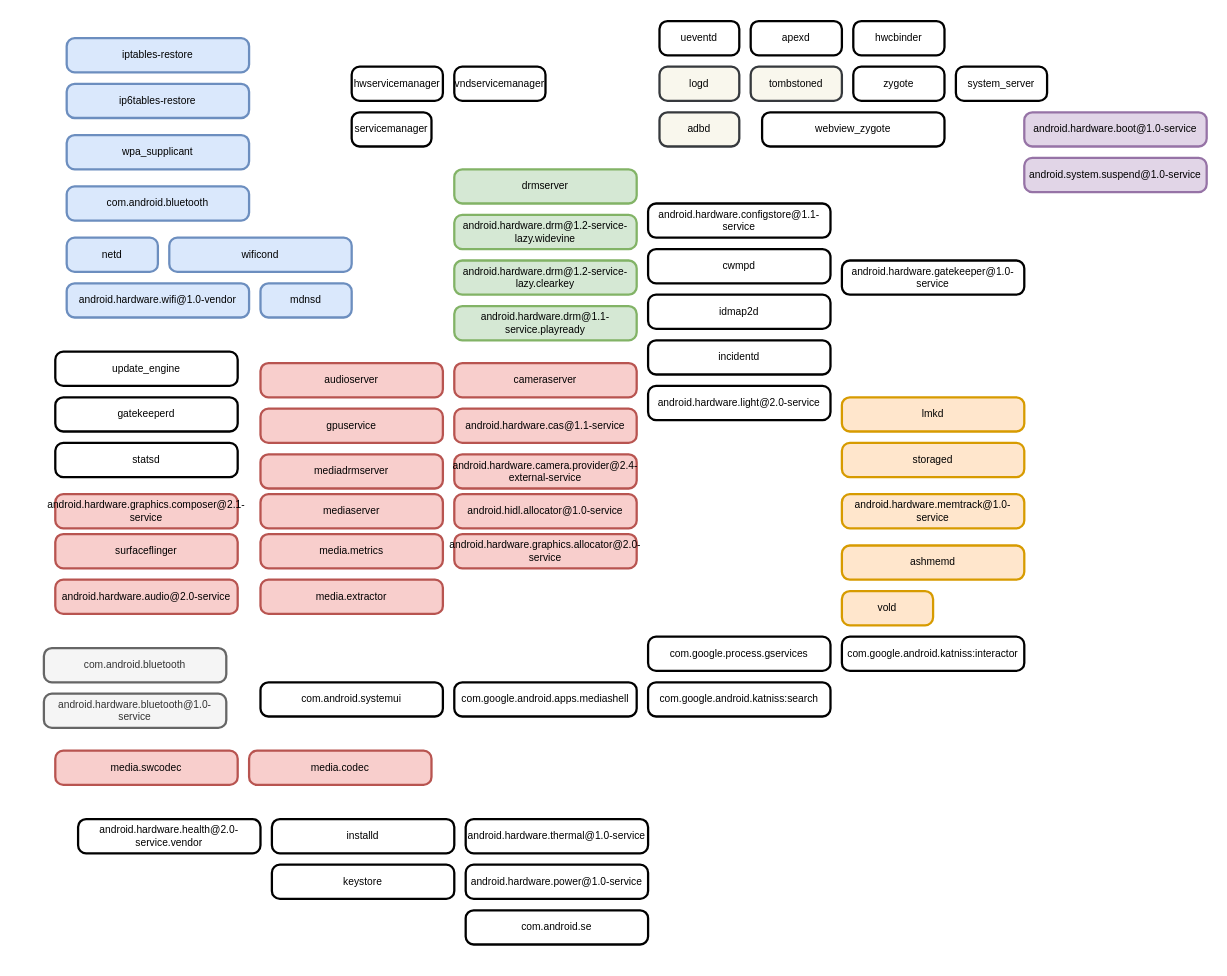
The draw.io diagram page "Page-5" (5 of 5) of flow.drawio in abhishekkumardwivedi/mindmap, before the edit. Source tidied: cells renumbered, new cells numbered last; positions are measured from the earlier drawing's top-left corner, leaving out a move shared by most shapes. Both pictures are drawn from the tidied source at 114%, with x=0, y=0 at pixel (43, 21).
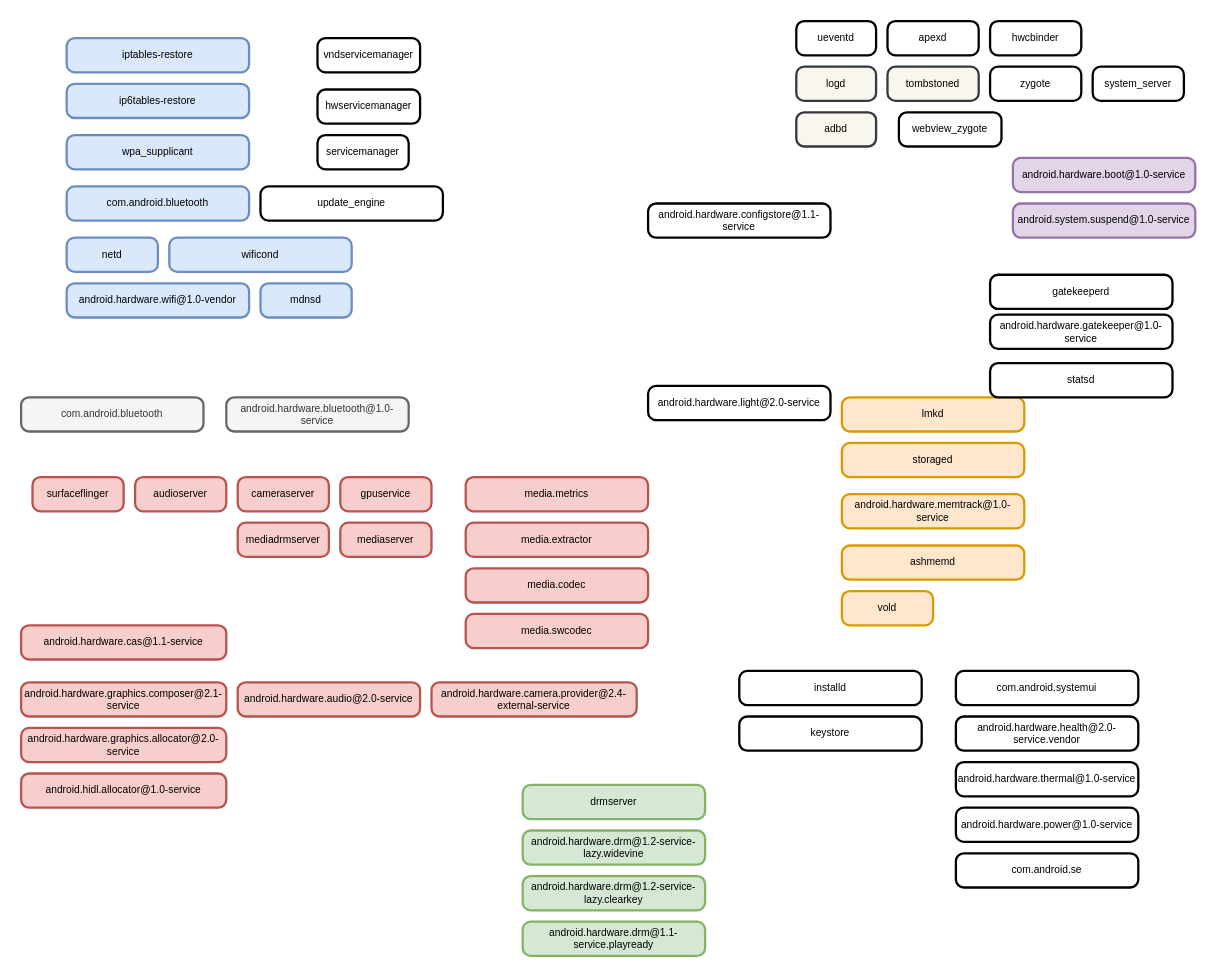
After the change.

Change to the diagram source:
```diff
@@
     <mxCell id="2" value="ueventd" style="rounded=1;whiteSpace=wrap;html=1;absoluteArcSize=1;arcSize=14;strokeWidth=2;fontSize=9;" parent="1" vertex="1">
-      <mxGeometry x="540" width="70" height="30" as="geometry" />
+      <mxGeometry x="660" width="70" height="30" as="geometry" />
     </mxCell>
     <mxCell id="3" value="logd" style="rounded=1;whiteSpace=wrap;html=1;absoluteArcSize=1;arcSize=14;strokeWidth=2;fontSize=9;fillColor=#f9f7ed;strokeColor=#36393d;" parent="1" vertex="1">
-      <mxGeometry x="540" y="40" width="70" height="30" as="geometry" />
+      <mxGeometry x="660" y="40" width="70" height="30" as="geometry" />
     </mxCell>
     <mxCell id="4" value="servicemanager" style="rounded=1;whiteSpace=wrap;html=1;absoluteArcSize=1;arcSize=14;strokeWidth=2;fontSize=9;" parent="1" vertex="1">
-      <mxGeometry x="270" y="80" width="70" height="30" as="geometry" />
+      <mxGeometry x="240" y="100" width="80" height="30" as="geometry" />
     </mxCell>
     <mxCell id="5" value="hwservicemanager" style="rounded=1;whiteSpace=wrap;html=1;absoluteArcSize=1;arcSize=14;strokeWidth=2;fontSize=9;" parent="1" vertex="1">
-      <mxGeometry x="270" y="40" width="80" height="30" as="geometry" />
+      <mxGeometry x="240" y="60" width="90" height="30" as="geometry" />
     </mxCell>
     <mxCell id="6" value="vndservicemanager" style="rounded=1;whiteSpace=wrap;html=1;absoluteArcSize=1;arcSize=14;strokeWidth=2;fontSize=9;" parent="1" vertex="1">
-      <mxGeometry x="360" y="40" width="80" height="30" as="geometry" />
+      <mxGeometry x="240" y="15" width="90" height="30" as="geometry" />
     </mxCell>
@@
     <mxCell id="8" value="android.hardware.boot@1.0-service" style="rounded=1;whiteSpace=wrap;html=1;absoluteArcSize=1;arcSize=14;strokeWidth=2;fontSize=9;fillColor=#e1d5e7;strokeColor=#9673a6;" parent="1" vertex="1">
-      <mxGeometry x="860" y="80" width="160" height="30" as="geometry" />
+      <mxGeometry x="850" y="120" width="160" height="30" as="geometry" />
     </mxCell>
     <mxCell id="9" value="apexd" style="rounded=1;whiteSpace=wrap;html=1;absoluteArcSize=1;arcSize=14;strokeWidth=2;fontSize=9;" parent="1" vertex="1">
-      <mxGeometry x="620" width="80" height="30" as="geometry" />
+      <mxGeometry x="740" width="80" height="30" as="geometry" />
     </mxCell>
     <mxCell id="10" value="hwcbinder" style="rounded=1;whiteSpace=wrap;html=1;absoluteArcSize=1;arcSize=14;strokeWidth=2;fontSize=9;" parent="1" vertex="1">
-      <mxGeometry x="710" width="80" height="30" as="geometry" />
+      <mxGeometry x="830" width="80" height="30" as="geometry" />
     </mxCell>
@@
     <mxCell id="12" value="zygote" style="rounded=1;whiteSpace=wrap;html=1;absoluteArcSize=1;arcSize=14;strokeWidth=2;fontSize=9;" parent="1" vertex="1">
-      <mxGeometry x="710" y="40" width="80" height="30" as="geometry" />
+      <mxGeometry x="830" y="40" width="80" height="30" as="geometry" />
     </mxCell>
     <mxCell id="13" value="android.hidl.allocator@1.0-service" style="rounded=1;whiteSpace=wrap;html=1;absoluteArcSize=1;arcSize=14;strokeWidth=2;fontSize=9;fillColor=#f8cecc;strokeColor=#b85450;" parent="1" vertex="1">
-      <mxGeometry x="360" y="415" width="160" height="30" as="geometry" />
+      <mxGeometry x="-20" y="660" width="180" height="30" as="geometry" />
     </mxCell>
     <mxCell id="14" value="android.system.suspend@1.0-service" style="rounded=1;whiteSpace=wrap;html=1;absoluteArcSize=1;arcSize=14;strokeWidth=2;fontSize=9;fillColor=#e1d5e7;strokeColor=#9673a6;" parent="1" vertex="1">
-      <mxGeometry x="860" y="120" width="160" height="30" as="geometry" />
+      <mxGeometry x="850" y="160" width="160" height="30" as="geometry" />
     </mxCell>
     <mxCell id="15" value="android.hardware.audio@2.0-service" style="rounded=1;whiteSpace=wrap;html=1;absoluteArcSize=1;arcSize=14;strokeWidth=2;fontSize=9;fillColor=#f8cecc;strokeColor=#b85450;" parent="1" vertex="1">
-      <mxGeometry x="10" y="490" width="160" height="30" as="geometry" />
+      <mxGeometry x="170" y="580" width="160" height="30" as="geometry" />
     </mxCell>
     <mxCell id="16" value="android.hardware.bluetooth@1.0-service" style="rounded=1;whiteSpace=wrap;html=1;absoluteArcSize=1;arcSize=14;strokeWidth=2;fontSize=9;fillColor=#f5f5f5;strokeColor=#666666;fontColor=#333333;" parent="1" vertex="1">
-      <mxGeometry y="590" width="160" height="30" as="geometry" />
+      <mxGeometry x="160" y="330" width="160" height="30" as="geometry" />
     </mxCell>
     <mxCell id="17" value="android.hardware.camera.provider@2.4-external-service" style="rounded=1;whiteSpace=wrap;html=1;absoluteArcSize=1;arcSize=14;strokeWidth=2;fontSize=9;fillColor=#f8cecc;strokeColor=#b85450;" parent="1" vertex="1">
-      <mxGeometry x="360" y="380" width="160" height="30" as="geometry" />
+      <mxGeometry x="340" y="580" width="180" height="30" as="geometry" />
     </mxCell>
     <mxCell id="18" value="android.hardware.cas@1.1-service" style="rounded=1;whiteSpace=wrap;html=1;absoluteArcSize=1;arcSize=14;strokeWidth=2;fontSize=9;fillColor=#f8cecc;strokeColor=#b85450;" parent="1" vertex="1">
-      <mxGeometry x="360" y="340" width="160" height="30" as="geometry" />
+      <mxGeometry x="-20" y="530" width="180" height="30" as="geometry" />
     </mxCell>
@@
     <mxCell id="20" value="android.hardware.drm@1.1-service.playready" style="rounded=1;whiteSpace=wrap;html=1;absoluteArcSize=1;arcSize=14;strokeWidth=2;fontSize=9;fillColor=#d5e8d4;strokeColor=#82b366;" parent="1" vertex="1">
-      <mxGeometry x="360" y="250" width="160" height="30" as="geometry" />
+      <mxGeometry x="420" y="790" width="160" height="30" as="geometry" />
     </mxCell>
     <mxCell id="21" value="android.hardware.gatekeeper@1.0-service" style="rounded=1;whiteSpace=wrap;html=1;absoluteArcSize=1;arcSize=14;strokeWidth=2;fontSize=9;" parent="1" vertex="1">
-      <mxGeometry x="700" y="210" width="160" height="30" as="geometry" />
+      <mxGeometry x="830" y="257.5" width="160" height="30" as="geometry" />
     </mxCell>
     <mxCell id="22" value="android.hardware.graphics.allocator@2.0-service" style="rounded=1;whiteSpace=wrap;html=1;absoluteArcSize=1;arcSize=14;strokeWidth=2;fontSize=9;fillColor=#f8cecc;strokeColor=#b85450;" parent="1" vertex="1">
-      <mxGeometry x="360" y="450" width="160" height="30" as="geometry" />
+      <mxGeometry x="-20" y="620" width="180" height="30" as="geometry" />
     </mxCell>
     <mxCell id="23" value="android.hardware.graphics.composer@2.1-service" style="rounded=1;whiteSpace=wrap;html=1;absoluteArcSize=1;arcSize=14;strokeWidth=2;fontSize=9;fillColor=#f8cecc;strokeColor=#b85450;" parent="1" vertex="1">
-      <mxGeometry x="10" y="415" width="160" height="30" as="geometry" />
+      <mxGeometry x="-20" y="580" width="180" height="30" as="geometry" />
     </mxCell>
     <mxCell id="24" value="android.hardware.health@2.0-service.vendor" style="rounded=1;whiteSpace=wrap;html=1;absoluteArcSize=1;arcSize=14;strokeWidth=2;fontSize=9;" parent="1" vertex="1">
-      <mxGeometry x="30" y="700" width="160" height="30" as="geometry" />
+      <mxGeometry x="800" y="610" width="160" height="30" as="geometry" />
     </mxCell>
@@
     <mxCell id="27" value="android.hardware.power@1.0-service" style="rounded=1;whiteSpace=wrap;html=1;absoluteArcSize=1;arcSize=14;strokeWidth=2;fontSize=9;" parent="1" vertex="1">
-      <mxGeometry x="370" y="740" width="160" height="30" as="geometry" />
+      <mxGeometry x="800" y="690" width="160" height="30" as="geometry" />
     </mxCell>
     <mxCell id="28" value="android.hardware.thermal@1.0-service" style="rounded=1;whiteSpace=wrap;html=1;absoluteArcSize=1;arcSize=14;strokeWidth=2;fontSize=9;" parent="1" vertex="1">
-      <mxGeometry x="370" y="700" width="160" height="30" as="geometry" />
+      <mxGeometry x="800" y="650" width="160" height="30" as="geometry" />
     </mxCell>
@@
     <mxCell id="31" value="audioserver" style="rounded=1;whiteSpace=wrap;html=1;absoluteArcSize=1;arcSize=14;strokeWidth=2;fontSize=9;fillColor=#f8cecc;strokeColor=#b85450;" parent="1" vertex="1">
-      <mxGeometry x="190" y="300" width="160" height="30" as="geometry" />
+      <mxGeometry x="80" y="400" width="80" height="30" as="geometry" />
     </mxCell>
     <mxCell id="32" value="gpuservice" style="rounded=1;whiteSpace=wrap;html=1;absoluteArcSize=1;arcSize=14;strokeWidth=2;fontSize=9;fillColor=#f8cecc;strokeColor=#b85450;" parent="1" vertex="1">
-      <mxGeometry x="190" y="340" width="160" height="30" as="geometry" />
+      <mxGeometry x="260" y="400" width="80" height="30" as="geometry" />
     </mxCell>
@@
     <mxCell id="34" value="surfaceflinger" style="rounded=1;whiteSpace=wrap;html=1;absoluteArcSize=1;arcSize=14;strokeWidth=2;fontSize=9;fillColor=#f8cecc;strokeColor=#b85450;" parent="1" vertex="1">
-      <mxGeometry x="10" y="450" width="160" height="30" as="geometry" />
+      <mxGeometry x="-10" y="400" width="80" height="30" as="geometry" />
     </mxCell>
     <mxCell id="35" value="system_server" style="rounded=1;whiteSpace=wrap;html=1;absoluteArcSize=1;arcSize=14;strokeWidth=2;fontSize=9;" parent="1" vertex="1">
-      <mxGeometry x="800" y="40" width="80" height="30" as="geometry" />
+      <mxGeometry x="920" y="40" width="80" height="30" as="geometry" />
     </mxCell>
     <mxCell id="36" value="adbd" style="rounded=1;whiteSpace=wrap;html=1;absoluteArcSize=1;arcSize=14;strokeWidth=2;fontSize=9;fillColor=#f9f7ed;strokeColor=#36393d;" parent="1" vertex="1">
-      <mxGeometry x="540" y="80" width="70" height="30" as="geometry" />
+      <mxGeometry x="660" y="80" width="70" height="30" as="geometry" />
     </mxCell>
     <mxCell id="37" value="cameraserver" style="rounded=1;whiteSpace=wrap;html=1;absoluteArcSize=1;arcSize=14;strokeWidth=2;fontSize=9;fillColor=#f8cecc;strokeColor=#b85450;" parent="1" vertex="1">
-      <mxGeometry x="360" y="300" width="160" height="30" as="geometry" />
+      <mxGeometry x="170" y="400" width="80" height="30" as="geometry" />
     </mxCell>
-    <mxCell id="38" value="cwmpd" style="rounded=1;whiteSpace=wrap;html=1;absoluteArcSize=1;arcSize=14;strokeWidth=2;fontSize=9;" parent="1" vertex="1">
-      <mxGeometry x="530" y="200" width="160" height="30" as="geometry" />
-    </mxCell>
     <mxCell id="39" value="drmserver" style="rounded=1;whiteSpace=wrap;html=1;absoluteArcSize=1;arcSize=14;strokeWidth=2;fontSize=9;fillColor=#d5e8d4;strokeColor=#82b366;" parent="1" vertex="1">
-      <mxGeometry x="360" y="130" width="160" height="30" as="geometry" />
+      <mxGeometry x="420" y="670" width="160" height="30" as="geometry" />
     </mxCell>
-    <mxCell id="40" value="idmap2d" style="rounded=1;whiteSpace=wrap;html=1;absoluteArcSize=1;arcSize=14;strokeWidth=2;fontSize=9;" parent="1" vertex="1">
-      <mxGeometry x="530" y="240" width="160" height="30" as="geometry" />
-    </mxCell>
-    <mxCell id="41" value="incidentd" style="rounded=1;whiteSpace=wrap;html=1;absoluteArcSize=1;arcSize=14;strokeWidth=2;fontSize=9;" parent="1" vertex="1">
-      <mxGeometry x="530" y="280" width="160" height="30" as="geometry" />
-    </mxCell>
     <mxCell id="42" value="installd" style="rounded=1;whiteSpace=wrap;html=1;absoluteArcSize=1;arcSize=14;strokeWidth=2;fontSize=9;" parent="1" vertex="1">
-      <mxGeometry x="200" y="700" width="160" height="30" as="geometry" />
+      <mxGeometry x="610" y="570" width="160" height="30" as="geometry" />
     </mxCell>
     <mxCell id="43" value="keystore" style="rounded=1;whiteSpace=wrap;html=1;absoluteArcSize=1;arcSize=14;strokeWidth=2;fontSize=9;" parent="1" vertex="1">
-      <mxGeometry x="200" y="740" width="160" height="30" as="geometry" />
+      <mxGeometry x="610" y="610" width="160" height="30" as="geometry" />
     </mxCell>
     <mxCell id="44" value="mediadrmserver" style="rounded=1;whiteSpace=wrap;html=1;absoluteArcSize=1;arcSize=14;strokeWidth=2;fontSize=9;fillColor=#f8cecc;strokeColor=#b85450;" parent="1" vertex="1">
-      <mxGeometry x="190" y="380" width="160" height="30" as="geometry" />
+      <mxGeometry x="170" y="440" width="80" height="30" as="geometry" />
     </mxCell>
     <mxCell id="45" value="media.extractor" style="rounded=1;whiteSpace=wrap;html=1;absoluteArcSize=1;arcSize=14;strokeWidth=2;fontSize=9;fillColor=#f8cecc;strokeColor=#b85450;" parent="1" vertex="1">
-      <mxGeometry x="190" y="490" width="160" height="30" as="geometry" />
+      <mxGeometry x="370" y="440" width="160" height="30" as="geometry" />
     </mxCell>
     <mxCell id="46" value="media.metrics" style="rounded=1;whiteSpace=wrap;html=1;absoluteArcSize=1;arcSize=14;strokeWidth=2;fontSize=9;fillColor=#f8cecc;strokeColor=#b85450;" parent="1" vertex="1">
-      <mxGeometry x="190" y="450" width="160" height="30" as="geometry" />
+      <mxGeometry x="370" y="400" width="160" height="30" as="geometry" />
     </mxCell>
     <mxCell id="47" value="mediaserver" style="rounded=1;whiteSpace=wrap;html=1;absoluteArcSize=1;arcSize=14;strokeWidth=2;fontSize=9;fillColor=#f8cecc;strokeColor=#b85450;" parent="1" vertex="1">
-      <mxGeometry x="190" y="415" width="160" height="30" as="geometry" />
+      <mxGeometry x="260" y="440" width="80" height="30" as="geometry" />
     </mxCell>
     <mxCell id="48" value="statsd" style="rounded=1;whiteSpace=wrap;html=1;absoluteArcSize=1;arcSize=14;strokeWidth=2;fontSize=9;" parent="1" vertex="1">
-      <mxGeometry x="10" y="370" width="160" height="30" as="geometry" />
+      <mxGeometry x="830" y="300" width="160" height="30" as="geometry" />
     </mxCell>
@@
     <mxCell id="51" value="media.codec" style="rounded=1;whiteSpace=wrap;html=1;absoluteArcSize=1;arcSize=14;strokeWidth=2;fontSize=9;fillColor=#f8cecc;strokeColor=#b85450;" parent="1" vertex="1">
-      <mxGeometry x="180" y="640" width="160" height="30" as="geometry" />
+      <mxGeometry x="370" y="480" width="160" height="30" as="geometry" />
     </mxCell>
     <mxCell id="52" value="media.swcodec" style="rounded=1;whiteSpace=wrap;html=1;absoluteArcSize=1;arcSize=14;strokeWidth=2;fontSize=9;fillColor=#f8cecc;strokeColor=#b85450;" parent="1" vertex="1">
-      <mxGeometry x="10" y="640" width="160" height="30" as="geometry" />
+      <mxGeometry x="370" y="520" width="160" height="30" as="geometry" />
     </mxCell>
-    <mxCell id="53" value="gatekeeperd" style="rounded=1;whiteSpace=wrap;html=1;absoluteArcSize=1;arcSize=14;strokeWidth=2;fontSize=9;" parent="1" vertex="1">
-      <mxGeometry x="10" y="330" width="160" height="30" as="geometry" />
-    </mxCell>
     <mxCell id="54" value="tombstoned" style="rounded=1;whiteSpace=wrap;html=1;absoluteArcSize=1;arcSize=14;strokeWidth=2;fontSize=9;fillColor=#f9f7ed;strokeColor=#36393d;" parent="1" vertex="1">
-      <mxGeometry x="620" y="40" width="80" height="30" as="geometry" />
+      <mxGeometry x="740" y="40" width="80" height="30" as="geometry" />
     </mxCell>
     <mxCell id="55" value="update_engine" style="rounded=1;whiteSpace=wrap;html=1;absoluteArcSize=1;arcSize=14;strokeWidth=2;fontSize=9;" parent="1" vertex="1">
-      <mxGeometry x="10" y="290" width="160" height="30" as="geometry" />
+      <mxGeometry x="190" y="145" width="160" height="30" as="geometry" />
     </mxCell>
@@
     <mxCell id="60" value="com.android.systemui" style="rounded=1;whiteSpace=wrap;html=1;absoluteArcSize=1;arcSize=14;strokeWidth=2;fontSize=9;" parent="1" vertex="1">
-      <mxGeometry x="190" y="580" width="160" height="30" as="geometry" />
+      <mxGeometry x="800" y="570" width="160" height="30" as="geometry" />
     </mxCell>
     <mxCell id="61" value="com.android.bluetooth" style="rounded=1;whiteSpace=wrap;html=1;absoluteArcSize=1;arcSize=14;strokeWidth=2;fontSize=9;fillColor=#f5f5f5;strokeColor=#666666;fontColor=#333333;" parent="1" vertex="1">
-      <mxGeometry y="550" width="160" height="30" as="geometry" />
+      <mxGeometry x="-20" y="330" width="160" height="30" as="geometry" />
     </mxCell>
     <mxCell id="62" value="webview_zygote" style="rounded=1;whiteSpace=wrap;html=1;absoluteArcSize=1;arcSize=14;strokeWidth=2;fontSize=9;" parent="1" vertex="1">
-      <mxGeometry x="630" y="80" width="160" height="30" as="geometry" />
+      <mxGeometry x="750" y="80" width="90" height="30" as="geometry" />
     </mxCell>
@@
-    <mxCell id="64" value="com.google.process.gservices" style="rounded=1;whiteSpace=wrap;html=1;absoluteArcSize=1;arcSize=14;strokeWidth=2;fontSize=9;" parent="1" vertex="1">
-      <mxGeometry x="530" y="540" width="160" height="30" as="geometry" />
-    </mxCell>
-    <mxCell id="65" value="com.google.android.katniss:interactor" style="rounded=1;whiteSpace=wrap;html=1;absoluteArcSize=1;arcSize=14;strokeWidth=2;fontSize=9;" parent="1" vertex="1">
-      <mxGeometry x="700" y="540" width="160" height="30" as="geometry" />
-    </mxCell>
     <mxCell id="66" value="com.android.se" style="rounded=1;whiteSpace=wrap;html=1;absoluteArcSize=1;arcSize=14;strokeWidth=2;fontSize=9;" parent="1" vertex="1">
-      <mxGeometry x="370" y="780" width="160" height="30" as="geometry" />
+      <mxGeometry x="800" y="730" width="160" height="30" as="geometry" />
     </mxCell>
-    <mxCell id="67" value="com.google.android.katniss:search" style="rounded=1;whiteSpace=wrap;html=1;absoluteArcSize=1;arcSize=14;strokeWidth=2;fontSize=9;" parent="1" vertex="1">
-      <mxGeometry x="530" y="580" width="160" height="30" as="geometry" />
-    </mxCell>
-    <mxCell id="68" value="com.google.android.apps.mediashell" style="rounded=1;whiteSpace=wrap;html=1;absoluteArcSize=1;arcSize=14;strokeWidth=2;fontSize=9;" parent="1" vertex="1">
-      <mxGeometry x="360" y="580" width="160" height="30" as="geometry" />
-    </mxCell>
     <mxCell id="69" value="android.hardware.drm@1.2-service-lazy.clearkey" style="rounded=1;whiteSpace=wrap;html=1;absoluteArcSize=1;arcSize=14;strokeWidth=2;fontSize=9;fillColor=#d5e8d4;strokeColor=#82b366;" parent="1" vertex="1">
-      <mxGeometry x="360" y="210" width="160" height="30" as="geometry" />
+      <mxGeometry x="420" y="750" width="160" height="30" as="geometry" />
     </mxCell>
     <mxCell id="70" value="android.hardware.drm@1.2-service-lazy.widevine" style="rounded=1;whiteSpace=wrap;html=1;absoluteArcSize=1;arcSize=14;strokeWidth=2;fontSize=9;fillColor=#d5e8d4;strokeColor=#82b366;" parent="1" vertex="1">
-      <mxGeometry x="360" y="170" width="160" height="30" as="geometry" />
+      <mxGeometry x="420" y="710" width="160" height="30" as="geometry" />
     </mxCell>
+    <mxCell id="53" value="gatekeeperd" style="rounded=1;whiteSpace=wrap;html=1;absoluteArcSize=1;arcSize=14;strokeWidth=2;fontSize=9;" parent="1" vertex="1">
+      <mxGeometry x="830" y="222.5" width="160" height="30" as="geometry" />
+    </mxCell>
```
